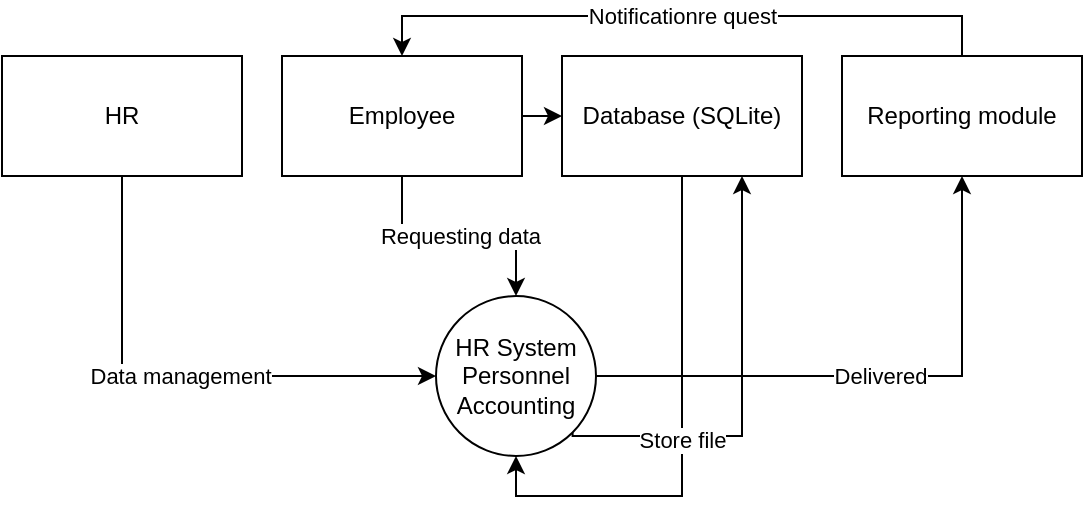
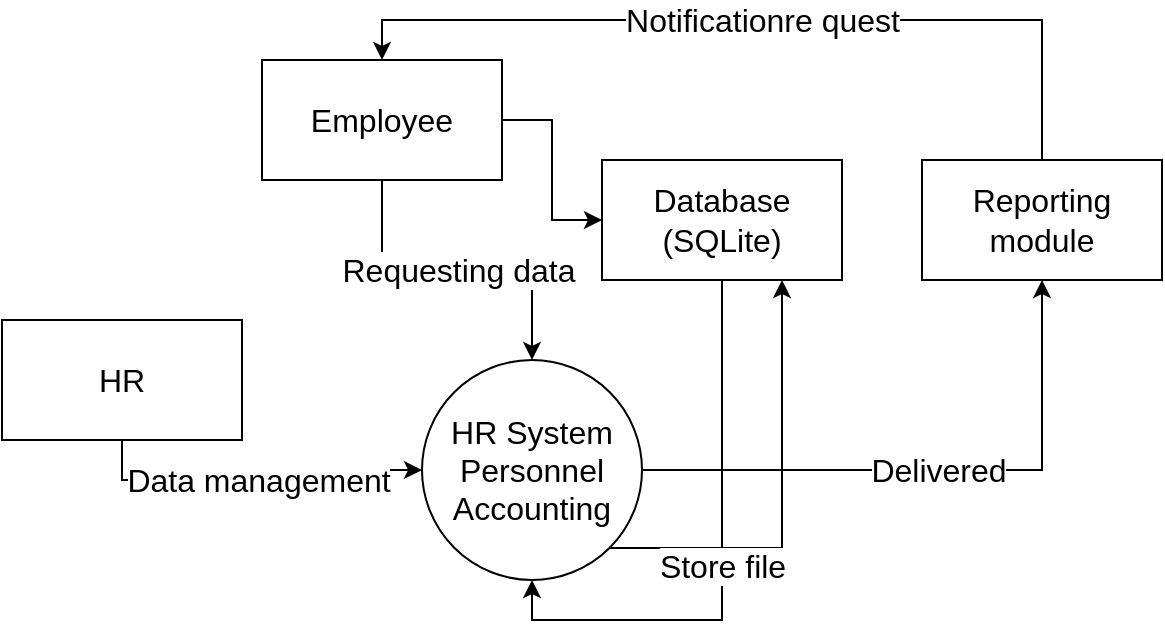
<mxfile host="app.diagrams.net">
  <diagram name="HR_Context_Diagram" id="6IukXXQT-anmr7QNZT10">
-     <mxGraphModel dx="1499" dy="834" grid="1" gridSize="10" guides="1" tooltips="1" connect="1" arrows="1" fold="1" page="1" pageScale="1" pageWidth="827" pageHeight="1169" math="0" shadow="0">
+     <mxGraphModel dx="2191" dy="1218" grid="1" gridSize="10" guides="1" tooltips="1" connect="1" arrows="1" fold="1" page="1" pageScale="1" pageWidth="827" pageHeight="1169" math="0" shadow="0">
      <root>
        <mxCell id="0" />
        <mxCell id="1" parent="0" />
-         <mxCell id="652qJWQ_gx_xGPL41eSr-57" edge="1" parent="1" source="652qJWQ_gx_xGPL41eSr-31" style="edgeStyle=orthogonalEdgeStyle;rounded=0;orthogonalLoop=1;jettySize=auto;html=1;exitX=0.5;exitY=1;exitDx=0;exitDy=0;entryX=0;entryY=0.5;entryDx=0;entryDy=0;" target="652qJWQ_gx_xGPL41eSr-35" value="Data management">
+         <mxCell id="652qJWQ_gx_xGPL41eSr-57" edge="1" parent="1" source="652qJWQ_gx_xGPL41eSr-31" style="edgeStyle=orthogonalEdgeStyle;rounded=0;orthogonalLoop=1;jettySize=auto;html=1;exitX=0.5;exitY=1;exitDx=0;exitDy=0;entryX=0;entryY=0.5;entryDx=0;entryDy=0;fontSize=16;" target="652qJWQ_gx_xGPL41eSr-35" value="Data management">
          <mxGeometry relative="1" as="geometry" />
        </mxCell>
-         <mxCell id="652qJWQ_gx_xGPL41eSr-31" parent="1" style="rounded=0;whiteSpace=wrap;html=1;" value="HR" vertex="1">
-           <mxGeometry height="60" width="120" x="143" y="120" as="geometry" />
+         <mxCell id="652qJWQ_gx_xGPL41eSr-31" parent="1" style="rounded=0;whiteSpace=wrap;html=1;fontSize=16;" value="HR" vertex="1">
+           <mxGeometry height="60" width="120" x="124" y="585" as="geometry" />
        </mxCell>
-         <mxCell id="652qJWQ_gx_xGPL41eSr-53" edge="1" parent="1" source="652qJWQ_gx_xGPL41eSr-32" style="edgeStyle=orthogonalEdgeStyle;rounded=0;orthogonalLoop=1;jettySize=auto;html=1;exitX=0.5;exitY=1;exitDx=0;exitDy=0;" target="652qJWQ_gx_xGPL41eSr-35" value="Requesting data">
+         <mxCell id="652qJWQ_gx_xGPL41eSr-53" edge="1" parent="1" source="652qJWQ_gx_xGPL41eSr-32" style="edgeStyle=orthogonalEdgeStyle;rounded=0;orthogonalLoop=1;jettySize=auto;html=1;exitX=0.5;exitY=1;exitDx=0;exitDy=0;fontSize=16;" target="652qJWQ_gx_xGPL41eSr-35" value="Requesting data">
          <mxGeometry relative="1" as="geometry" />
        </mxCell>
-         <mxCell id="652qJWQ_gx_xGPL41eSr-32" parent="1" style="rounded=0;whiteSpace=wrap;html=1;" value="Employee" vertex="1">
-           <mxGeometry height="60" width="120" x="283" y="120" as="geometry" />
+         <mxCell id="652qJWQ_gx_xGPL41eSr-32" parent="1" style="rounded=0;whiteSpace=wrap;html=1;fontSize=16;" value="Employee" vertex="1">
+           <mxGeometry height="60" width="120" x="254" y="455" as="geometry" />
        </mxCell>
        <mxCell id="652qJWQ_gx_xGPL41eSr-58" edge="1" parent="1" source="652qJWQ_gx_xGPL41eSr-33" style="edgeStyle=orthogonalEdgeStyle;rounded=0;orthogonalLoop=1;jettySize=auto;html=1;exitX=0;exitY=0.5;exitDx=0;exitDy=0;entryX=1;entryY=0.5;entryDx=0;entryDy=0;startArrow=classic;startFill=1;endArrow=none;endFill=0;" target="652qJWQ_gx_xGPL41eSr-32">
          <mxGeometry relative="1" as="geometry" />
        </mxCell>
-         <mxCell id="652qJWQ_gx_xGPL41eSr-33" parent="1" style="rounded=0;whiteSpace=wrap;html=1;" value="Database (SQLite)" vertex="1">
-           <mxGeometry height="60" width="120" x="423" y="120" as="geometry" />
+         <mxCell id="652qJWQ_gx_xGPL41eSr-33" parent="1" style="rounded=0;whiteSpace=wrap;html=1;fontSize=16;" value="Database (SQLite)" vertex="1">
+           <mxGeometry height="60" width="120" x="424" y="505" as="geometry" />
        </mxCell>
-         <mxCell id="652qJWQ_gx_xGPL41eSr-55" edge="1" parent="1" source="652qJWQ_gx_xGPL41eSr-34" style="edgeStyle=orthogonalEdgeStyle;rounded=0;orthogonalLoop=1;jettySize=auto;html=1;exitX=0.5;exitY=0;exitDx=0;exitDy=0;entryX=0.5;entryY=0;entryDx=0;entryDy=0;" target="652qJWQ_gx_xGPL41eSr-32" value="Notificationre quest">
+         <mxCell id="652qJWQ_gx_xGPL41eSr-55" edge="1" parent="1" source="652qJWQ_gx_xGPL41eSr-34" style="edgeStyle=orthogonalEdgeStyle;rounded=0;orthogonalLoop=1;jettySize=auto;html=1;exitX=0.5;exitY=0;exitDx=0;exitDy=0;entryX=0.5;entryY=0;entryDx=0;entryDy=0;fontSize=16;" target="652qJWQ_gx_xGPL41eSr-32" value="Notificationre quest">
          <mxGeometry relative="1" as="geometry" />
        </mxCell>
-         <mxCell id="652qJWQ_gx_xGPL41eSr-34" parent="1" style="rounded=0;whiteSpace=wrap;html=1;" value="Reporting module" vertex="1">
-           <mxGeometry height="60" width="120" x="563" y="120" as="geometry" />
+         <mxCell id="652qJWQ_gx_xGPL41eSr-34" parent="1" style="rounded=0;whiteSpace=wrap;html=1;fontSize=16;" value="Reporting module" vertex="1">
+           <mxGeometry height="60" width="120" x="584" y="505" as="geometry" />
        </mxCell>
-         <mxCell id="652qJWQ_gx_xGPL41eSr-56" edge="1" parent="1" source="652qJWQ_gx_xGPL41eSr-35" style="edgeStyle=orthogonalEdgeStyle;rounded=0;orthogonalLoop=1;jettySize=auto;html=1;exitX=1;exitY=0.5;exitDx=0;exitDy=0;" target="652qJWQ_gx_xGPL41eSr-34" value="Delivered">
+         <mxCell id="652qJWQ_gx_xGPL41eSr-56" edge="1" parent="1" source="652qJWQ_gx_xGPL41eSr-35" style="edgeStyle=orthogonalEdgeStyle;rounded=0;orthogonalLoop=1;jettySize=auto;html=1;exitX=1;exitY=0.5;exitDx=0;exitDy=0;fontSize=16;" target="652qJWQ_gx_xGPL41eSr-34" value="Delivered">
          <mxGeometry relative="1" as="geometry" />
        </mxCell>
-         <mxCell id="652qJWQ_gx_xGPL41eSr-61" edge="1" parent="1" source="652qJWQ_gx_xGPL41eSr-35" style="edgeStyle=orthogonalEdgeStyle;rounded=0;orthogonalLoop=1;jettySize=auto;html=1;exitX=1;exitY=1;exitDx=0;exitDy=0;entryX=0.75;entryY=1;entryDx=0;entryDy=0;" target="652qJWQ_gx_xGPL41eSr-33">
+         <mxCell id="652qJWQ_gx_xGPL41eSr-61" edge="1" parent="1" source="652qJWQ_gx_xGPL41eSr-35" style="edgeStyle=orthogonalEdgeStyle;rounded=0;orthogonalLoop=1;jettySize=auto;html=1;entryX=0.75;entryY=1;entryDx=0;entryDy=0;fontSize=16;" target="652qJWQ_gx_xGPL41eSr-33">
          <mxGeometry relative="1" as="geometry">
            <Array as="points">
-               <mxPoint x="428" y="310" />
-               <mxPoint x="513" y="310" />
+               <mxPoint x="514" y="699" />
            </Array>
          </mxGeometry>
        </mxCell>
-         <mxCell id="652qJWQ_gx_xGPL41eSr-35" parent="1" style="ellipse;whiteSpace=wrap;html=1;aspect=fixed;" value="HR System Personnel Accounting" vertex="1">
-           <mxGeometry height="80" width="80" x="360" y="240" as="geometry" />
+         <mxCell id="652qJWQ_gx_xGPL41eSr-35" parent="1" style="ellipse;whiteSpace=wrap;html=1;aspect=fixed;fontSize=16;" value="HR System Personnel Accounting" vertex="1">
+           <mxGeometry height="110" width="110" x="334" y="605" as="geometry" />
        </mxCell>
-         <mxCell id="652qJWQ_gx_xGPL41eSr-62" edge="1" parent="1" source="652qJWQ_gx_xGPL41eSr-33" style="edgeStyle=orthogonalEdgeStyle;rounded=0;orthogonalLoop=1;jettySize=auto;html=1;exitX=0.5;exitY=1;exitDx=0;exitDy=0;entryX=0.5;entryY=1;entryDx=0;entryDy=0;" target="652qJWQ_gx_xGPL41eSr-35" value="Store file">
+         <mxCell id="652qJWQ_gx_xGPL41eSr-62" edge="1" parent="1" source="652qJWQ_gx_xGPL41eSr-33" style="edgeStyle=orthogonalEdgeStyle;rounded=0;orthogonalLoop=1;jettySize=auto;html=1;exitX=0.5;exitY=1;exitDx=0;exitDy=0;entryX=0.5;entryY=1;entryDx=0;entryDy=0;fontSize=16;" target="652qJWQ_gx_xGPL41eSr-35" value="Store file">
          <mxGeometry relative="1" as="geometry" />
        </mxCell>
      </root>
    </mxGraphModel>
  </diagram>
</mxfile>
